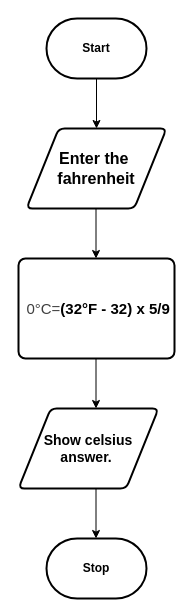
Above: design/flowchart.drawio in MTHS-ICD2O-1-2024/ICD2O-Unit-3-04-Kyle-Mathew-Magnaye8 (draw.io), before the change. Source tidied: cells renumbered, new cells numbered last; positions are measured from the earlier drawing's top-left corner, leaving out a move shared by most shapes. Both pictures are drawn from the tidied source at 100%, with x=0, y=0 at pixel (18, 18).
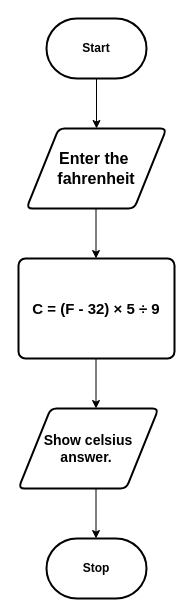
Above is the later version.

Change to the diagram source:
```diff
@@
 <mxGraphModel>
   <root>
     <mxCell id="0" />
     <mxCell id="1" parent="0" />
     <mxCell id="2" style="edgeStyle=none;html=1;exitX=0.5;exitY=1;exitDx=0;exitDy=0;exitPerimeter=0;entryX=0.5;entryY=0;entryDx=0;entryDy=0;" parent="1" edge="1" source="3" target="4">
       <mxGeometry relative="1" as="geometry" />
     </mxCell>
     <mxCell id="3" value="&lt;h4&gt;Start&lt;/h4&gt;" style="strokeWidth=2;html=1;shape=mxgraph.flowchart.terminator;whiteSpace=wrap;" parent="1" vertex="1">
       <mxGeometry x="28" width="100" height="60" as="geometry" />
     </mxCell>
     <mxCell id="4" value="&lt;h4&gt;&lt;font style=&quot;font-size: 16px;&quot;&gt;Enter the&amp;nbsp; &amp;nbsp;fahrenheit&amp;nbsp;&lt;/font&gt;&lt;/h4&gt;" style="shape=parallelogram;html=1;strokeWidth=2;perimeter=parallelogramPerimeter;whiteSpace=wrap;rounded=1;arcSize=12;size=0.23;" parent="1" vertex="1">
       <mxGeometry x="8" y="110" width="140" height="80" as="geometry" />
     </mxCell>
-    <mxCell id="5" value="&lt;h4 style=&quot;text-wrap-mode: nowrap;&quot;&gt;&lt;font style=&quot;font-size: 15px;&quot;&gt;&lt;span style=&quot;color: rgb(63, 63, 63); background-color: transparent; font-weight: normal;&quot;&gt;&amp;nbsp;0°C=&lt;/span&gt;(32°F -&amp;nbsp;32) x&amp;nbsp;5/9&lt;/font&gt;&lt;/h4&gt;" style="rounded=1;whiteSpace=wrap;html=1;absoluteArcSize=1;arcSize=14;strokeWidth=2;" parent="1" vertex="1">
+    <mxCell id="5" value="&lt;h4 style=&quot;&quot;&gt;&lt;span style=&quot;font-size: 15px; text-wrap-mode: nowrap;&quot;&gt;C = (F - 32) × 5 ÷ 9&lt;/span&gt;&lt;/h4&gt;" style="rounded=1;whiteSpace=wrap;html=1;absoluteArcSize=1;arcSize=14;strokeWidth=2;" parent="1" vertex="1">
       <mxGeometry y="240" width="156" height="100" as="geometry" />
     </mxCell>
     <mxCell id="6" value="&lt;h4&gt;&lt;font style=&quot;font-size: 14px;&quot;&gt;Show celsius answer.&amp;nbsp;&lt;/font&gt;&lt;/h4&gt;" style="shape=parallelogram;html=1;strokeWidth=2;perimeter=parallelogramPerimeter;whiteSpace=wrap;rounded=1;arcSize=12;size=0.23;" parent="1" vertex="1">
       <mxGeometry y="390" width="140" height="80" as="geometry" />
     </mxCell>
     <mxCell id="7" value="&lt;h4&gt;Stop&lt;/h4&gt;" style="strokeWidth=2;html=1;shape=mxgraph.flowchart.terminator;whiteSpace=wrap;" parent="1" vertex="1">
       <mxGeometry x="28" y="520" width="100" height="60" as="geometry" />
     </mxCell>
     <mxCell id="8" style="edgeStyle=none;html=1;exitX=0.5;exitY=1;exitDx=0;exitDy=0;exitPerimeter=0;entryX=0.5;entryY=0;entryDx=0;entryDy=0;" parent="1" edge="1">
       <mxGeometry relative="1" as="geometry">
         <mxPoint x="77.5" y="190" as="sourcePoint" />
         <mxPoint x="77.5" y="240" as="targetPoint" />
       </mxGeometry>
     </mxCell>
     <mxCell id="9" style="edgeStyle=none;html=1;exitX=0.5;exitY=1;exitDx=0;exitDy=0;exitPerimeter=0;entryX=0.5;entryY=0;entryDx=0;entryDy=0;" parent="1" edge="1">
       <mxGeometry relative="1" as="geometry">
         <mxPoint x="77.5" y="340" as="sourcePoint" />
         <mxPoint x="77.5" y="390" as="targetPoint" />
       </mxGeometry>
     </mxCell>
     <mxCell id="10" style="edgeStyle=none;html=1;exitX=0.5;exitY=1;exitDx=0;exitDy=0;exitPerimeter=0;entryX=0.5;entryY=0;entryDx=0;entryDy=0;" parent="1" edge="1">
       <mxGeometry relative="1" as="geometry">
         <mxPoint x="77.5" y="470" as="sourcePoint" />
         <mxPoint x="77.5" y="520" as="targetPoint" />
       </mxGeometry>
     </mxCell>
   </root>
 </mxGraphModel>
```
